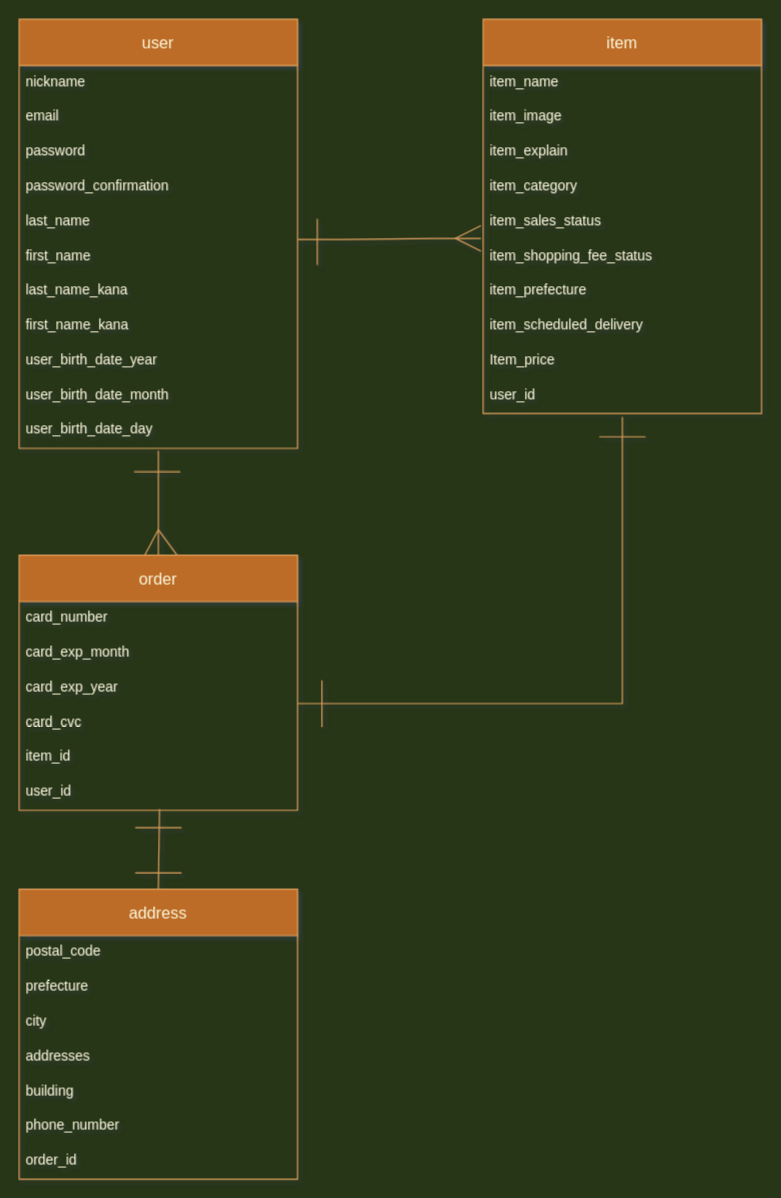
Earlier version of the draw.io diagram app/assets/stylesheets/test.dio (yoshiogotoda/furima-21310). Source tidied: cells renumbered, new cells numbered last; positions are measured from the earlier drawing's top-left corner, leaving out a move shared by most shapes. Both pictures are drawn from the tidied source at 116%, with x=0, y=0 at pixel (19, 19).
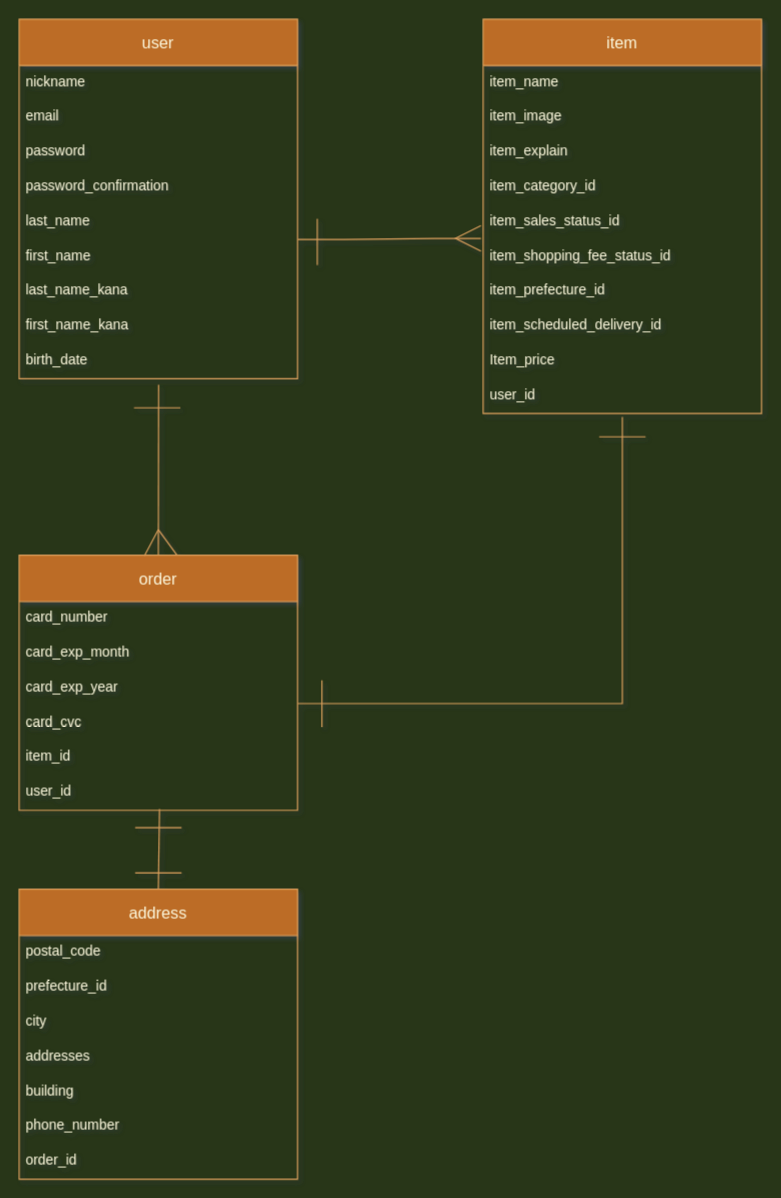
After the change.

Commit message (it also covers changes not shown here):
再 データベースの設計

The change refers to these unchanged cells:
```xml
<mxCell id="15" value="item" style="swimlane;fontStyle=0;horizontal=1;startSize=40;align=center;fontSize=14;fillColor=#BC6C25;strokeColor=#DDA15E;fontColor=#FEFAE0;" parent="1" vertex="1">
  <mxGeometry x="400" width="240" height="340" as="geometry" />
</mxCell>
<mxCell id="26" value="order" style="swimlane;fontStyle=0;horizontal=1;startSize=40;align=center;fontSize=14;fillColor=#BC6C25;strokeColor=#DDA15E;fontColor=#FEFAE0;" parent="1" vertex="1">
  <mxGeometry y="462" width="240" height="220" as="geometry" />
</mxCell>
<mxCell id="41" value="address" style="swimlane;fontStyle=0;horizontal=1;startSize=40;align=center;fontSize=14;fillColor=#BC6C25;strokeColor=#DDA15E;fontColor=#FEFAE0;" parent="1" vertex="1">
  <mxGeometry y="750" width="240" height="250" as="geometry" />
</mxCell>
```

What changed in the source:
```diff
@@
     <mxCell id="2" value="user" style="swimlane;fontStyle=0;horizontal=1;startSize=40;align=center;fontSize=14;fillColor=#BC6C25;strokeColor=#DDA15E;fontColor=#FEFAE0;" parent="1" vertex="1">
-      <mxGeometry width="240" height="370" as="geometry" />
+      <mxGeometry width="240" height="310" as="geometry" />
     </mxCell>
@@
-    <mxCell id="11" value="user_birth_date_year" style="text;strokeColor=none;fillColor=none;spacingLeft=4;spacingRight=4;overflow=hidden;points=[[0,0.5],[1,0.5]];portConstraint=eastwest;fontSize=12;fontColor=#FEFAE0;" parent="2" vertex="1">
+    <mxCell id="11" value="birth_date" style="text;strokeColor=none;fillColor=none;spacingLeft=4;spacingRight=4;overflow=hidden;points=[[0,0.5],[1,0.5]];portConstraint=eastwest;fontSize=12;fontColor=#FEFAE0;" parent="2" vertex="1">
       <mxGeometry y="280" width="240" height="30" as="geometry" />
     </mxCell>
-    <mxCell id="12" value="user_birth_date_month" style="text;strokeColor=none;fillColor=none;spacingLeft=4;spacingRight=4;overflow=hidden;fontSize=12;fontColor=#FEFAE0;" parent="2" vertex="1">
-      <mxGeometry y="310" width="240" height="30" as="geometry" />
-    </mxCell>
-    <mxCell id="13" value="user_birth_date_day" style="text;strokeColor=none;fillColor=none;spacingLeft=4;spacingRight=4;overflow=hidden;fontSize=12;fontColor=#FEFAE0;" parent="2" vertex="1">
-      <mxGeometry y="340" width="240" height="30" as="geometry" />
-    </mxCell>
@@
-    <mxCell id="19" value="item_category" style="text;strokeColor=none;fillColor=none;spacingLeft=4;spacingRight=4;overflow=hidden;fontSize=12;rounded=1;fontColor=#FEFAE0;" parent="15" vertex="1">
+    <mxCell id="19" value="item_category_id" style="text;strokeColor=none;fillColor=none;spacingLeft=4;spacingRight=4;overflow=hidden;fontSize=12;rounded=1;fontColor=#FEFAE0;" parent="15" vertex="1">
       <mxGeometry y="130" width="240" height="30" as="geometry" />
     </mxCell>
-    <mxCell id="20" value="item_sales_status" style="text;strokeColor=none;fillColor=none;spacingLeft=4;spacingRight=4;overflow=hidden;points=[[0,0.5],[1,0.5]];portConstraint=eastwest;fontSize=12;fontColor=#FEFAE0;" parent="15" vertex="1">
+    <mxCell id="20" value="item_sales_status_id" style="text;strokeColor=none;fillColor=none;spacingLeft=4;spacingRight=4;overflow=hidden;points=[[0,0.5],[1,0.5]];portConstraint=eastwest;fontSize=12;fontColor=#FEFAE0;" parent="15" vertex="1">
       <mxGeometry y="160" width="240" height="30" as="geometry" />
     </mxCell>
-    <mxCell id="21" value="item_shopping_fee_status&#10;" style="text;strokeColor=none;fillColor=none;spacingLeft=4;spacingRight=4;overflow=hidden;fontSize=12;fontColor=#FEFAE0;" parent="15" vertex="1">
+    <mxCell id="21" value="item_shopping_fee_status_id" style="text;strokeColor=none;fillColor=none;spacingLeft=4;spacingRight=4;overflow=hidden;fontSize=12;fontColor=#FEFAE0;" parent="15" vertex="1">
       <mxGeometry y="190" width="240" height="30" as="geometry" />
     </mxCell>
-    <mxCell id="22" value="item_prefecture" style="text;strokeColor=none;fillColor=none;spacingLeft=4;spacingRight=4;overflow=hidden;fontSize=12;fontColor=#FEFAE0;" parent="15" vertex="1">
+    <mxCell id="22" value="item_prefecture_id" style="text;strokeColor=none;fillColor=none;spacingLeft=4;spacingRight=4;overflow=hidden;fontSize=12;fontColor=#FEFAE0;" parent="15" vertex="1">
       <mxGeometry y="220" width="240" height="30" as="geometry" />
     </mxCell>
-    <mxCell id="23" value="item_scheduled_delivery" style="text;strokeColor=none;fillColor=none;spacingLeft=4;spacingRight=4;overflow=hidden;fontSize=12;fontColor=#FEFAE0;" parent="15" vertex="1">
+    <mxCell id="23" value="item_scheduled_delivery_id" style="text;strokeColor=none;fillColor=none;spacingLeft=4;spacingRight=4;overflow=hidden;fontSize=12;fontColor=#FEFAE0;" parent="15" vertex="1">
       <mxGeometry y="250" width="240" height="30" as="geometry" />
     </mxCell>
@@
     <mxCell id="34" style="endArrow=none;html=1;rounded=0;strokeColor=#DDA15E;fillColor=#BC6C25;fontColor=#FEFAE0;" parent="1" edge="1">
       <mxGeometry relative="1" as="geometry">
-        <mxPoint x="99" y="390" as="sourcePoint" />
-        <mxPoint x="139" y="390" as="targetPoint" />
+        <mxPoint x="99" y="335" as="sourcePoint" />
+        <mxPoint x="139" y="335" as="targetPoint" />
         <Array as="points">
-          <mxPoint x="130" y="390" />
+          <mxPoint x="130" y="335" />
         </Array>
       </mxGeometry>
     </mxCell>
@@
-    <mxCell id="38" style="endArrow=none;html=1;rounded=0;strokeColor=#DDA15E;fillColor=#BC6C25;fontColor=#FEFAE0;entryX=0.5;entryY=0;entryDx=0;entryDy=0;" parent="1" edge="1" target="26">
-      <mxGeometry relative="1" as="geometry">
-        <mxPoint x="120" y="372" as="sourcePoint" />
-      </mxGeometry>
+    <mxCell id="38" style="endArrow=none;html=1;rounded=0;strokeColor=#DDA15E;fillColor=#BC6C25;fontColor=#FEFAE0;entryX=0.5;entryY=0;entryDx=0;entryDy=0;exitX=0.501;exitY=1.175;exitDx=0;exitDy=0;exitPerimeter=0;" parent="1" edge="1" source="11" target="26">
+      <mxGeometry relative="1" as="geometry" />
     </mxCell>
@@
-    <mxCell id="43" value="prefecture" style="text;strokeColor=none;fillColor=none;spacingLeft=4;spacingRight=4;overflow=hidden;fontSize=12;fontColor=#FEFAE0;" parent="41" vertex="1">
+    <mxCell id="43" value="prefecture_id" style="text;strokeColor=none;fillColor=none;spacingLeft=4;spacingRight=4;overflow=hidden;fontSize=12;fontColor=#FEFAE0;" parent="41" vertex="1">
       <mxGeometry y="70" width="240" height="30" as="geometry" />
     </mxCell>
```
